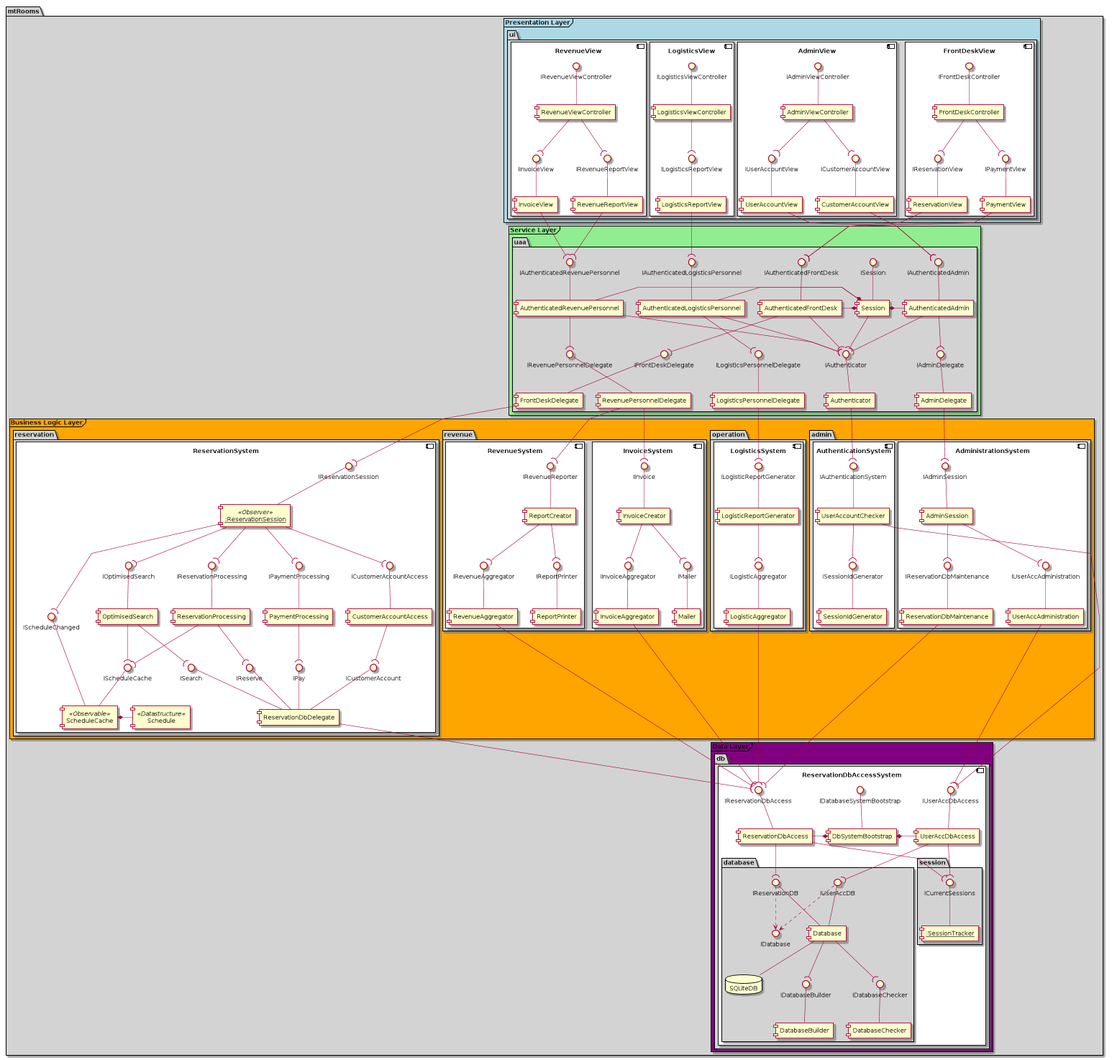
BBKbeam/mtRooms keeps this PlantUML diagram as docs/uml/architecture/architecture.png. Above is the earlier version.
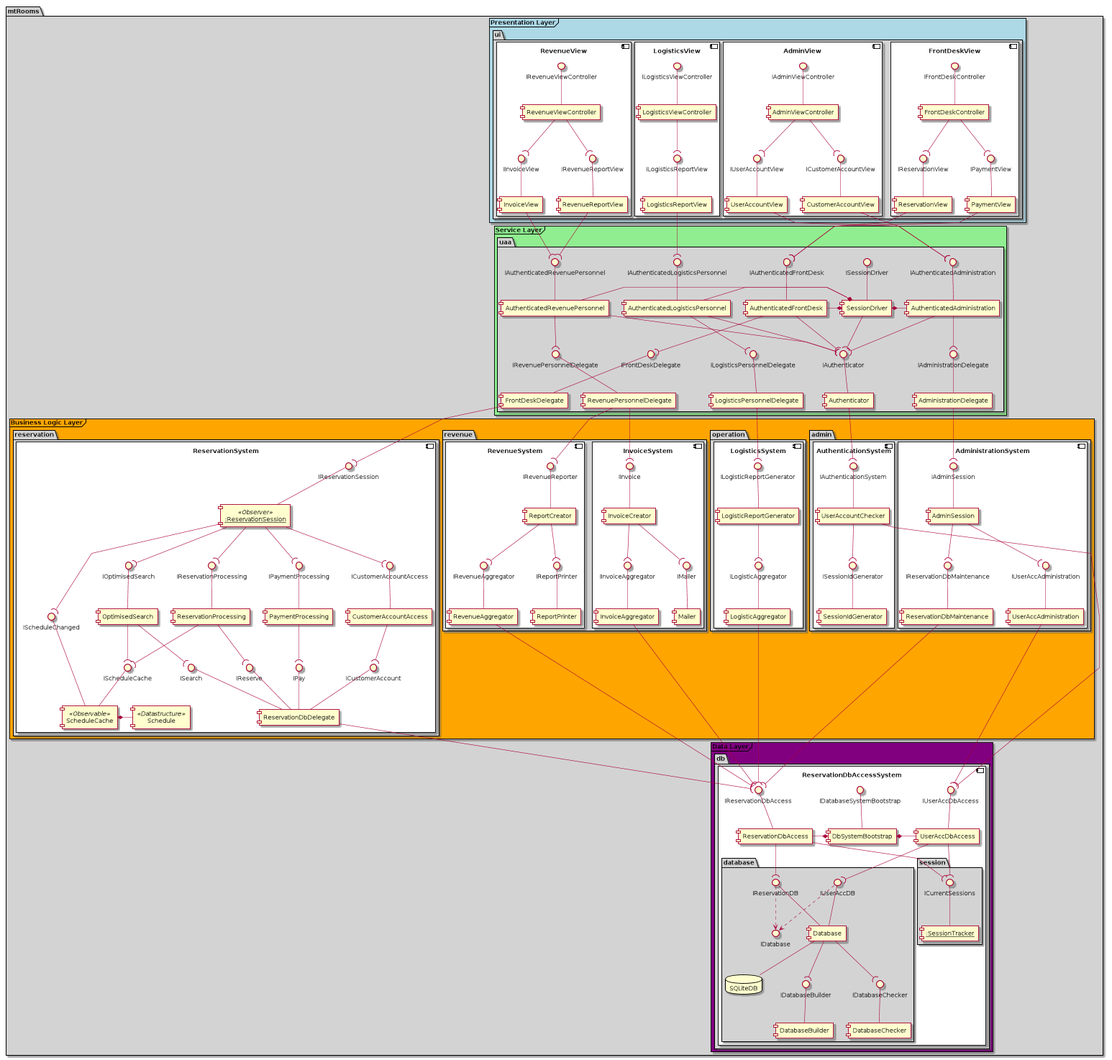
Above is the later version.

Commit message:
[uml] Renamed uaa's 'Admin..' components to 'Administration..' for clarity; [uaa] Refactored "Admin" names into "Administration".

Change to the diagram source:
```diff
@@ -47,12 +47,12 @@
 
     frame "Service Layer" #lightgreen {
         package "uaa" {
-            ISession -- [Session]
+            ISessionDriver -- [SessionDriver]
             IAuthenticator -- [Authenticator]
             IFrontDeskDelegate -- [FrontDeskDelegate]
             IAuthenticatedFrontDesk -- [AuthenticatedFrontDesk]
-            IAdminDelegate -- [AdminDelegate]
-            IAuthenticatedAdmin -- [AuthenticatedAdmin]
+            IAdministrationDelegate -- [AdministrationDelegate]
+            IAuthenticatedAdministration -- [AuthenticatedAdministration]
             IRevenuePersonnelDelegate -- [RevenuePersonnelDelegate]
             IAuthenticatedRevenuePersonnel -- [AuthenticatedRevenuePersonnel]
             ILogisticsPersonnelDelegate -- [LogisticsPersonnelDelegate]
@@ -60,18 +60,18 @@
 
             AuthenticatedFrontDesk --( IAuthenticator
             AuthenticatedFrontDesk --( IFrontDeskDelegate
-            Session --( IAuthenticator
-            AuthenticatedAdmin --( IAuthenticator
-            AuthenticatedAdmin --( IAdminDelegate
+            SessionDriver --( IAuthenticator
+            AuthenticatedAdministration --( IAuthenticator
+            AuthenticatedAdministration --( IAdministrationDelegate
             AuthenticatedLogisticsPersonnel --( IAuthenticator
             AuthenticatedLogisticsPersonnel --( ILogisticsPersonnelDelegate
             AuthenticatedRevenuePersonnel --( IAuthenticator
             AuthenticatedRevenuePersonnel --( IRevenuePersonnelDelegate
 
-            Session *- AuthenticatedFrontDesk
-            Session *- AuthenticatedAdmin
-            Session *- AuthenticatedRevenuePersonnel
-            Session *- AuthenticatedLogisticsPersonnel
+            SessionDriver *- AuthenticatedFrontDesk
+            SessionDriver *- AuthenticatedAdministration
+            SessionDriver *- AuthenticatedRevenuePersonnel
+            SessionDriver *- AuthenticatedLogisticsPersonnel
         }
     }
 
@@ -195,15 +195,15 @@
     ReservationView --( IAuthenticatedFrontDesk
     PaymentView --( IAuthenticatedFrontDesk
 
-    UserAccountView --( IAuthenticatedAdmin
-    CustomerAccountView --( IAuthenticatedAdmin
+    UserAccountView --( IAuthenticatedAdministration
+    CustomerAccountView --( IAuthenticatedAdministration
 
     LogisticsReportView --( IAuthenticatedLogisticsPersonnel
 
     InvoiceView --( IAuthenticatedRevenuePersonnel
     RevenueReportView --( IAuthenticatedRevenuePersonnel
 
-    AdminDelegate --( IAdminSession
+    AdministrationDelegate --( IAdminSession
 
     Authenticator --( IAuthenticationSystem
 
```
